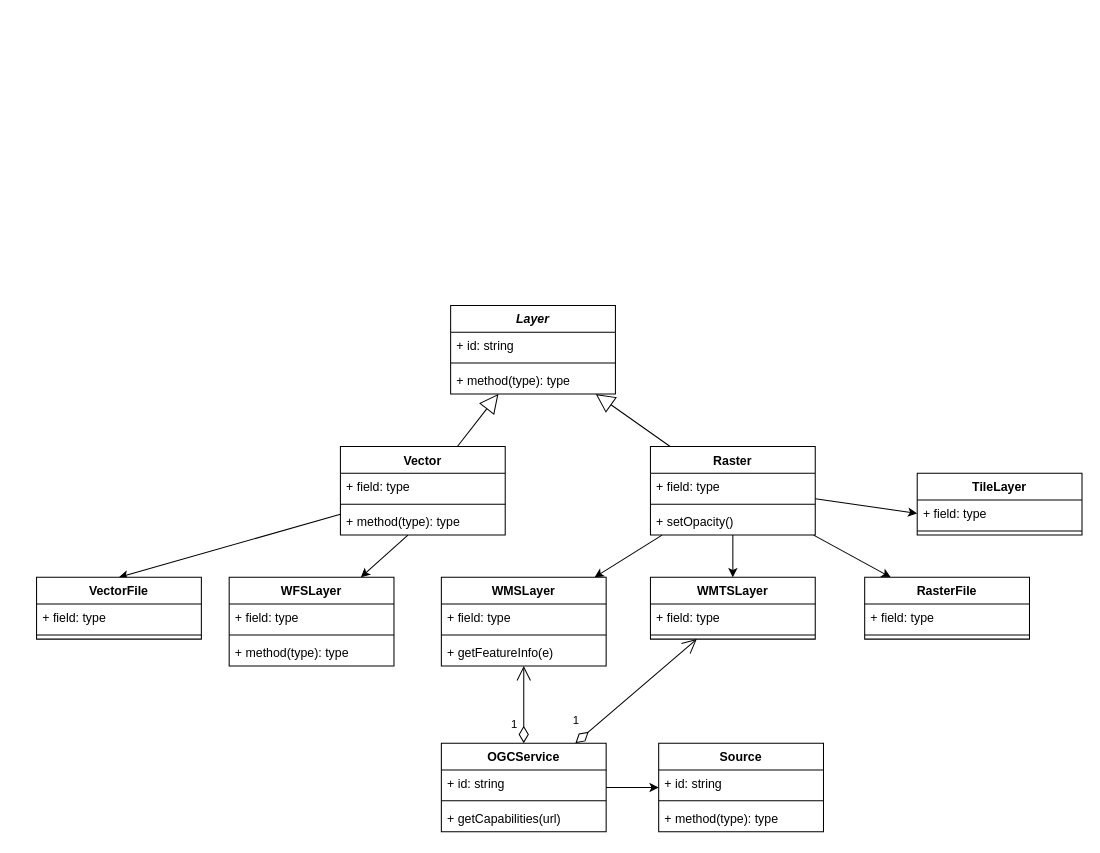
Earlier version of the draw.io diagram page "Layer Class" (2 of 2) of src/docs/diagrams/Data.drawio (ign-argentina/argenmap). Source tidied: cells renumbered, new cells numbered last; positions are measured from the earlier drawing's top-left corner, leaving out a move shared by most shapes. Both pictures are drawn from the tidied source at 103%, with x=0, y=0 at pixel (36, 225).
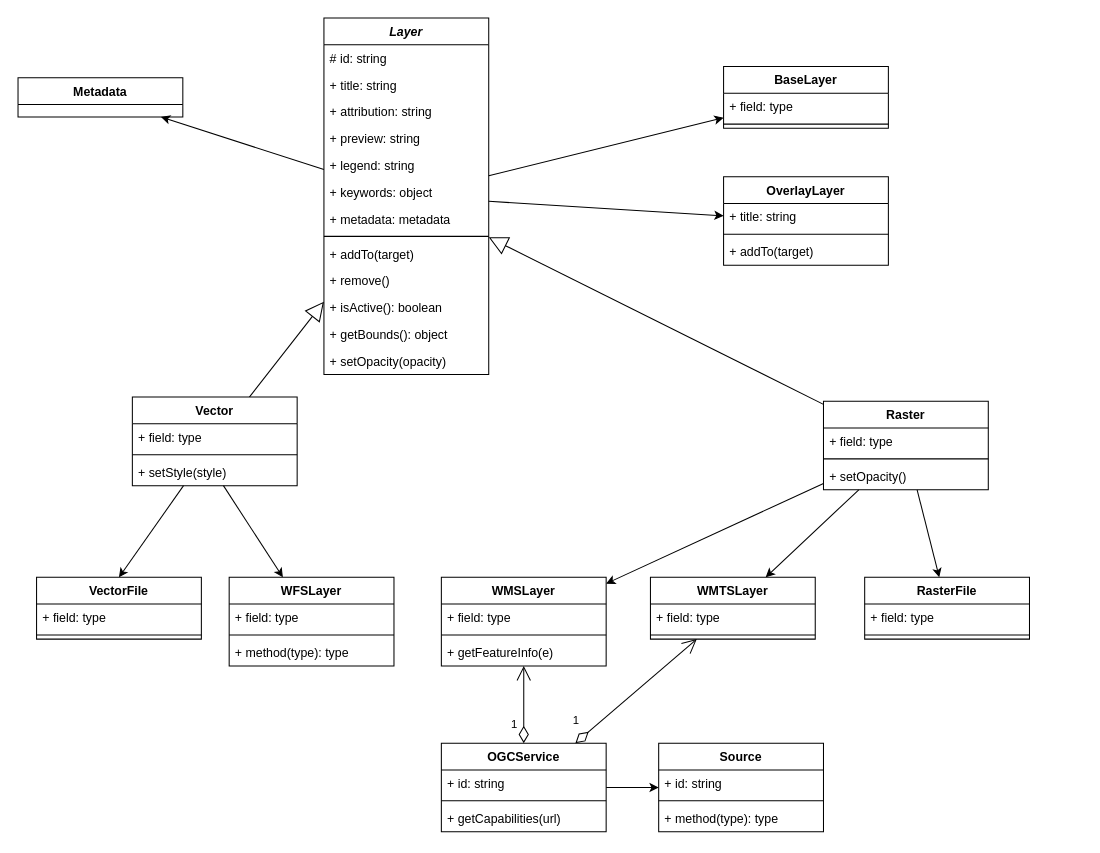
Above is the later version.

The change refers to these unchanged cells:
```xml
<mxCell id="17" value="+ field: type" style="text;strokeColor=none;fillColor=none;align=left;verticalAlign=top;spacingLeft=4;spacingRight=4;overflow=hidden;points=[[0,0.5],[1,0.5]];portConstraint=eastwest;" parent="16" vertex="1">
  <mxGeometry y="26" width="160" height="26" as="geometry" />
</mxCell>
<mxCell id="49" value="+ field: type" style="text;strokeColor=none;fillColor=none;align=left;verticalAlign=top;spacingLeft=4;spacingRight=4;overflow=hidden;points=[[0,0.5],[1,0.5]];portConstraint=eastwest;" parent="48" vertex="1">
  <mxGeometry y="26" width="160" height="26" as="geometry" />
</mxCell>
```

Diff of the diagram source:
```diff
@@
     <mxCell id="2" style="edgeStyle=none;html=1;fontSize=15;" parent="1" edge="1">
       <mxGeometry relative="1" as="geometry">
-        <mxPoint x="93" as="sourcePoint" />
+        <mxPoint x="100" y="-130" as="sourcePoint" />
       </mxGeometry>
     </mxCell>
+    <mxCell id="54" style="edgeStyle=none;html=1;" parent="1" edge="1" source="3" target="67">
+      <mxGeometry relative="1" as="geometry" />
+    </mxCell>
+    <mxCell id="55" style="edgeStyle=none;html=1;" parent="1" edge="1" source="3" target="48">
+      <mxGeometry relative="1" as="geometry" />
+    </mxCell>
+    <mxCell id="56" style="edgeStyle=none;html=1;" parent="1" edge="1" source="3" target="68">
+      <mxGeometry relative="1" as="geometry" />
+    </mxCell>
     <mxCell id="3" value="Layer" style="swimlane;fontStyle=3;align=center;verticalAlign=top;horizontal=1;startSize=26;" parent="1" vertex="1">
-      <mxGeometry x="402" y="78" width="160" height="86" as="geometry" />
+      <mxGeometry x="279" y="-201" width="160" height="346" as="geometry" />
     </mxCell>
-    <mxCell id="4" value="+ id: string" style="text;strokeColor=none;fillColor=none;align=left;verticalAlign=top;spacingLeft=4;spacingRight=4;overflow=hidden;" parent="3" vertex="1">
+    <mxCell id="4" value="# id: string" style="text;strokeColor=none;fillColor=none;align=left;verticalAlign=top;spacingLeft=4;spacingRight=4;overflow=hidden;" parent="3" vertex="1">
       <mxGeometry y="26" width="160" height="26" as="geometry" />
     </mxCell>
+    <mxCell id="57" value="+ title: string" style="text;strokeColor=none;fillColor=none;align=left;verticalAlign=top;spacingLeft=4;spacingRight=4;overflow=hidden;" parent="3" vertex="1">
+      <mxGeometry y="52" width="160" height="26" as="geometry" />
+    </mxCell>
+    <mxCell id="58" value="+ attribution: string" style="text;strokeColor=none;fillColor=none;align=left;verticalAlign=top;spacingLeft=4;spacingRight=4;overflow=hidden;" parent="3" vertex="1">
+      <mxGeometry y="78" width="160" height="26" as="geometry" />
+    </mxCell>
+    <mxCell id="59" value="+ preview: string" style="text;strokeColor=none;fillColor=none;align=left;verticalAlign=top;spacingLeft=4;spacingRight=4;overflow=hidden;" parent="3" vertex="1">
+      <mxGeometry y="104" width="160" height="26" as="geometry" />
+    </mxCell>
+    <mxCell id="60" value="+ legend: string" style="text;strokeColor=none;fillColor=none;align=left;verticalAlign=top;spacingLeft=4;spacingRight=4;overflow=hidden;" parent="3" vertex="1">
+      <mxGeometry y="130" width="160" height="26" as="geometry" />
+    </mxCell>
+    <mxCell id="61" value="+ keywords: object" style="text;strokeColor=none;fillColor=none;align=left;verticalAlign=top;spacingLeft=4;spacingRight=4;overflow=hidden;" parent="3" vertex="1">
+      <mxGeometry y="156" width="160" height="26" as="geometry" />
+    </mxCell>
+    <mxCell id="62" value="+ metadata: metadata" style="text;strokeColor=none;fillColor=none;align=left;verticalAlign=top;spacingLeft=4;spacingRight=4;overflow=hidden;" parent="3" vertex="1">
+      <mxGeometry y="182" width="160" height="26" as="geometry" />
+    </mxCell>
     <mxCell id="5" style="line;strokeWidth=1;fillColor=none;align=left;verticalAlign=middle;spacingTop=-1;spacingLeft=3;spacingRight=3;labelPosition=right;" parent="3" vertex="1">
-      <mxGeometry y="52" width="160" height="8" as="geometry" />
+      <mxGeometry y="208" width="160" height="8" as="geometry" />
     </mxCell>
-    <mxCell id="6" value="+ method(type): type" style="text;strokeColor=none;fillColor=none;align=left;verticalAlign=top;spacingLeft=4;spacingRight=4;overflow=hidden;" parent="3" vertex="1">
-      <mxGeometry y="60" width="160" height="26" as="geometry" />
+    <mxCell id="6" value="+ addTo(target)" style="text;strokeColor=none;fillColor=none;align=left;verticalAlign=top;spacingLeft=4;spacingRight=4;overflow=hidden;" parent="3" vertex="1">
+      <mxGeometry y="216" width="160" height="26" as="geometry" />
     </mxCell>
+    <mxCell id="63" value="+ remove()" style="text;strokeColor=none;fillColor=none;align=left;verticalAlign=top;spacingLeft=4;spacingRight=4;overflow=hidden;" parent="3" vertex="1">
+      <mxGeometry y="242" width="160" height="26" as="geometry" />
+    </mxCell>
+    <mxCell id="64" value="+ isActive(): boolean" style="text;strokeColor=none;fillColor=none;align=left;verticalAlign=top;spacingLeft=4;spacingRight=4;overflow=hidden;" parent="3" vertex="1">
+      <mxGeometry y="268" width="160" height="26" as="geometry" />
+    </mxCell>
+    <mxCell id="65" value="+ getBounds(): object" style="text;strokeColor=none;fillColor=none;align=left;verticalAlign=top;spacingLeft=4;spacingRight=4;overflow=hidden;" parent="3" vertex="1">
+      <mxGeometry y="294" width="160" height="26" as="geometry" />
+    </mxCell>
+    <mxCell id="66" value="+ setOpacity(opacity)" style="text;strokeColor=none;fillColor=none;align=left;verticalAlign=top;spacingLeft=4;spacingRight=4;overflow=hidden;" parent="3" vertex="1">
+      <mxGeometry y="320" width="160" height="26" as="geometry" />
+    </mxCell>
@@
     <mxCell id="9" value="Vector" style="swimlane;fontStyle=1;align=center;verticalAlign=top;horizontal=1;startSize=26;" parent="1" vertex="1">
-      <mxGeometry x="295" y="215" width="160" height="86" as="geometry" />
+      <mxGeometry x="93" y="167" width="160" height="86" as="geometry" />
     </mxCell>
@@
-    <mxCell id="12" value="+ method(type): type" style="text;strokeColor=none;fillColor=none;align=left;verticalAlign=top;spacingLeft=4;spacingRight=4;overflow=hidden;points=[[0,0.5],[1,0.5]];portConstraint=eastwest;" parent="9" vertex="1">
+    <mxCell id="12" value="+ setStyle(style)" style="text;strokeColor=none;fillColor=none;align=left;verticalAlign=top;spacingLeft=4;spacingRight=4;overflow=hidden;points=[[0,0.5],[1,0.5]];portConstraint=eastwest;" parent="9" vertex="1">
       <mxGeometry y="60" width="160" height="26" as="geometry" />
     </mxCell>
@@
     <mxCell id="16" value="Raster" style="swimlane;fontStyle=1;align=center;verticalAlign=top;horizontal=1;startSize=26;" parent="1" vertex="1">
-      <mxGeometry x="596" y="215" width="160" height="86" as="geometry" />
+      <mxGeometry x="764" y="171" width="160" height="86" as="geometry" />
     </mxCell>
@@
-    <mxCell id="48" value="TileLayer" style="swimlane;fontStyle=1;align=center;verticalAlign=top;horizontal=1;startSize=26;" parent="1" vertex="1">
-      <mxGeometry x="855" y="241" width="160" height="60" as="geometry" />
+    <mxCell id="48" value="BaseLayer" style="swimlane;fontStyle=1;align=center;verticalAlign=top;horizontal=1;startSize=26;" parent="1" vertex="1">
+      <mxGeometry x="667" y="-154" width="160" height="60" as="geometry" />
     </mxCell>
@@
-    <mxCell id="51" style="edgeStyle=none;html=1;entryX=0;entryY=0.5;entryDx=0;entryDy=0;" parent="1" edge="1" source="17" target="49">
-      <mxGeometry relative="1" as="geometry" />
-    </mxCell>
@@
+    <mxCell id="67" value="Metadata" style="swimlane;fontStyle=1;align=center;verticalAlign=top;horizontal=1;startSize=26;" parent="1" vertex="1">
+      <mxGeometry x="-18" y="-143" width="160" height="38" as="geometry" />
+    </mxCell>
+    <mxCell id="68" value="OverlayLayer" style="swimlane;fontStyle=1;align=center;verticalAlign=top;horizontal=1;startSize=26;" parent="1" vertex="1">
+      <mxGeometry x="667" y="-47" width="160" height="86" as="geometry" />
+    </mxCell>
+    <mxCell id="69" value="+ title: string" style="text;strokeColor=none;fillColor=none;align=left;verticalAlign=top;spacingLeft=4;spacingRight=4;overflow=hidden;" parent="68" vertex="1">
+      <mxGeometry y="26" width="160" height="26" as="geometry" />
+    </mxCell>
+    <mxCell id="70" style="line;strokeWidth=1;fillColor=none;align=left;verticalAlign=middle;spacingTop=-1;spacingLeft=3;spacingRight=3;labelPosition=right;" parent="68" vertex="1">
+      <mxGeometry y="52" width="160" height="8" as="geometry" />
+    </mxCell>
+    <mxCell id="71" value="+ addTo(target)" style="text;strokeColor=none;fillColor=none;align=left;verticalAlign=top;spacingLeft=4;spacingRight=4;overflow=hidden;" parent="68" vertex="1">
+      <mxGeometry y="60" width="160" height="26" as="geometry" />
+    </mxCell>
```
